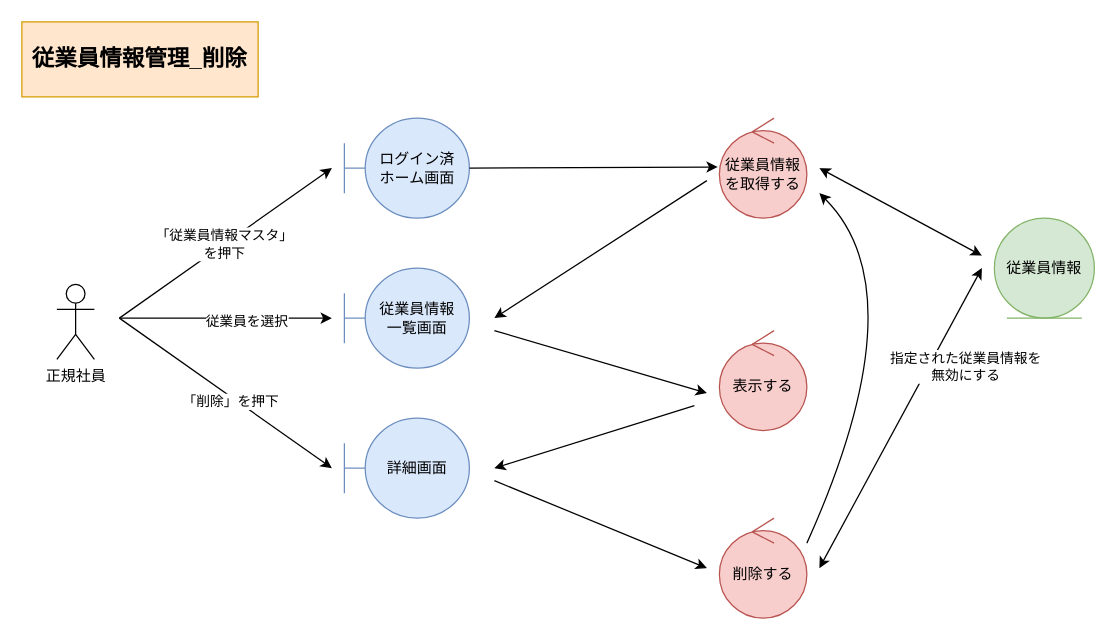
This is page "*従業員情報管理_削除" (4 of 5) of 各種設計書/3ロバストネス図/マスタ管理/1.従業員情報マスタ.drawio from HaruShim/Sotuken, a draw.io file, before an edit. Source tidied: cells renumbered, new cells numbered last; positions are measured from the earlier drawing's top-left corner, leaving out a move shared by most shapes. Both pictures are drawn from the tidied source at 125%, with x=0, y=0 at pixel (21, 21).
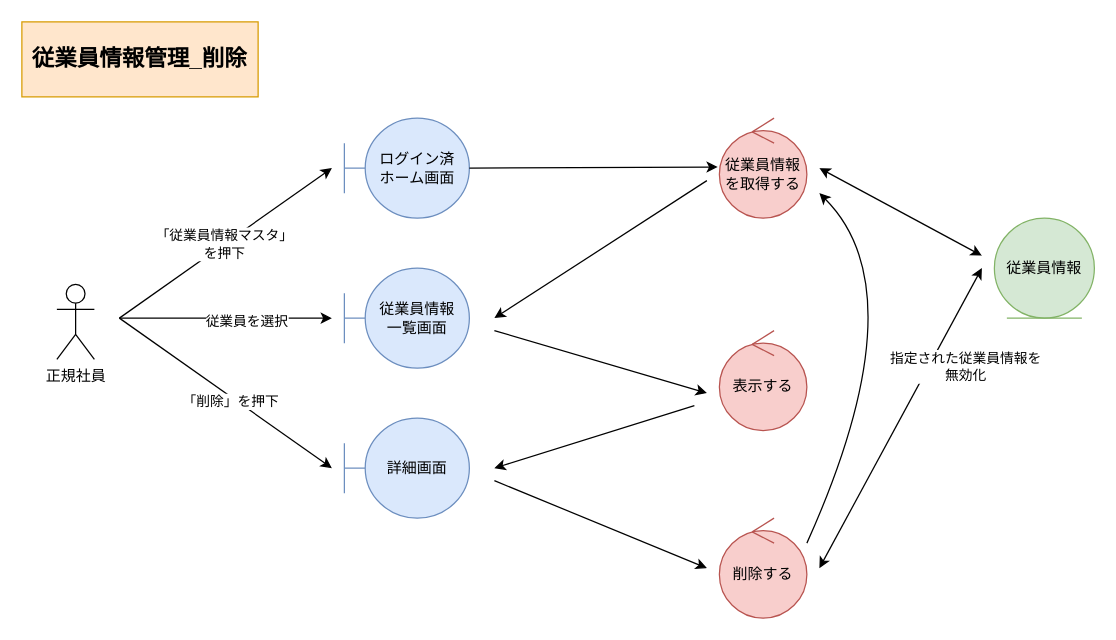
The same diagram, later.

The change refers to these unchanged cells:
```xml
<mxCell id="13" style="endArrow=classic;html=1;rounded=0;startArrow=classic;startFill=1;" parent="1" edge="1">
  <mxGeometry relative="1" as="geometry">
    <mxPoint x="638" y="437" as="sourcePoint" />
    <mxPoint x="768" y="197" as="targetPoint" />
  </mxGeometry>
</mxCell>
```

The edit, as a diff of the source:
```diff
@@
-    <mxCell id="14" value="指定された従業員情報を&lt;br&gt;無効にする" style="edgeLabel;html=1;align=center;verticalAlign=middle;" parent="13" vertex="1">
+    <mxCell id="14" value="指定された従業員情報を&lt;br&gt;無効化" style="edgeLabel;html=1;align=center;verticalAlign=middle;" parent="13" vertex="1">
       <mxGeometry x="0.25" y="-1" relative="1" as="geometry">
         <mxPoint x="34" y="-12" as="offset" />
       </mxGeometry>
     </mxCell>
```
